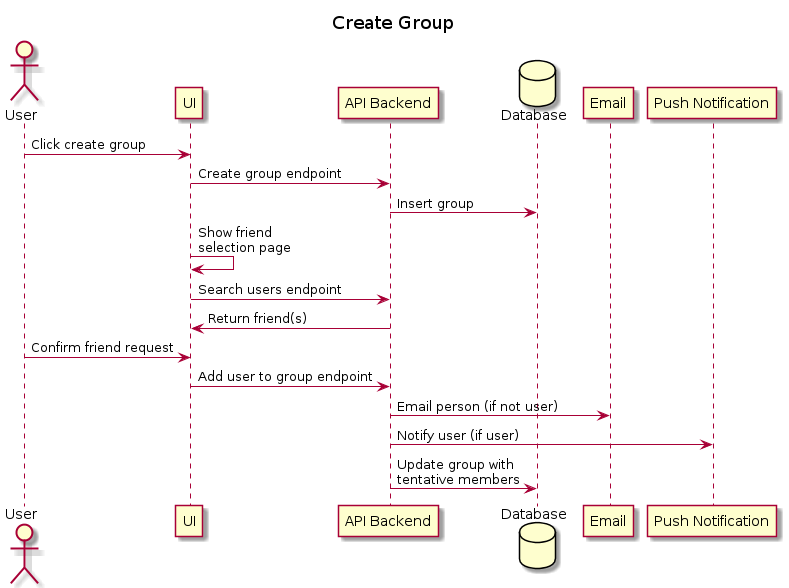
Earlier version of the PlantUML export diagram_out/Diagrams/UserStories/Create Group.png (adhurjaty/prediction-app). Source of this version:
```plantuml
@startuml Create Group

title Create Group

actor User as user
participant UI as ui
participant "API Backend" as api
database Database as db
participant Email as email
participant "Push Notification" as pn

user -> ui : Click create group
ui -> api : Create group endpoint
api -> db : Insert group
ui -> ui : Show friend \nselection page
ui -> api : Search users endpoint
api -> ui : Return friend(s)
user -> ui : Confirm friend request
ui -> api : Add user to group endpoint
api -> email : Email person (if not user)
api -> pn : Notify user (if user)
api -> db : Update group with\ntentative members

@enduml
```
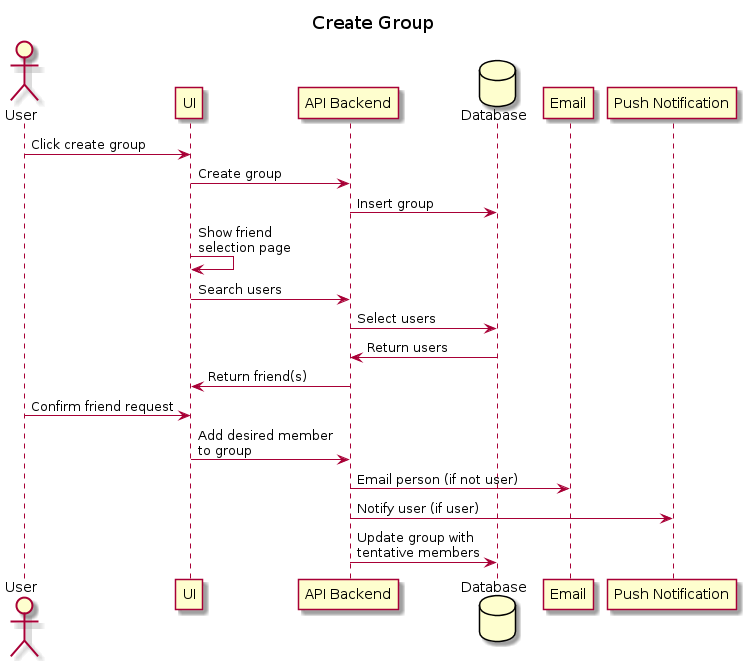
After the commit.

The edit, as a diff of the source:
```diff
@@ -10,13 +10,15 @@
 participant "Push Notification" as pn
 
 user -> ui : Click create group
-ui -> api : Create group endpoint
+ui -> api : Create group
 api -> db : Insert group
 ui -> ui : Show friend \nselection page
-ui -> api : Search users endpoint
+ui -> api : Search users
+api -> db : Select users
+db -> api : Return users
 api -> ui : Return friend(s)
 user -> ui : Confirm friend request
-ui -> api : Add user to group endpoint
+ui -> api : Add desired member\nto group
 api -> email : Email person (if not user)
 api -> pn : Notify user (if user)
 api -> db : Update group with\ntentative members
```
